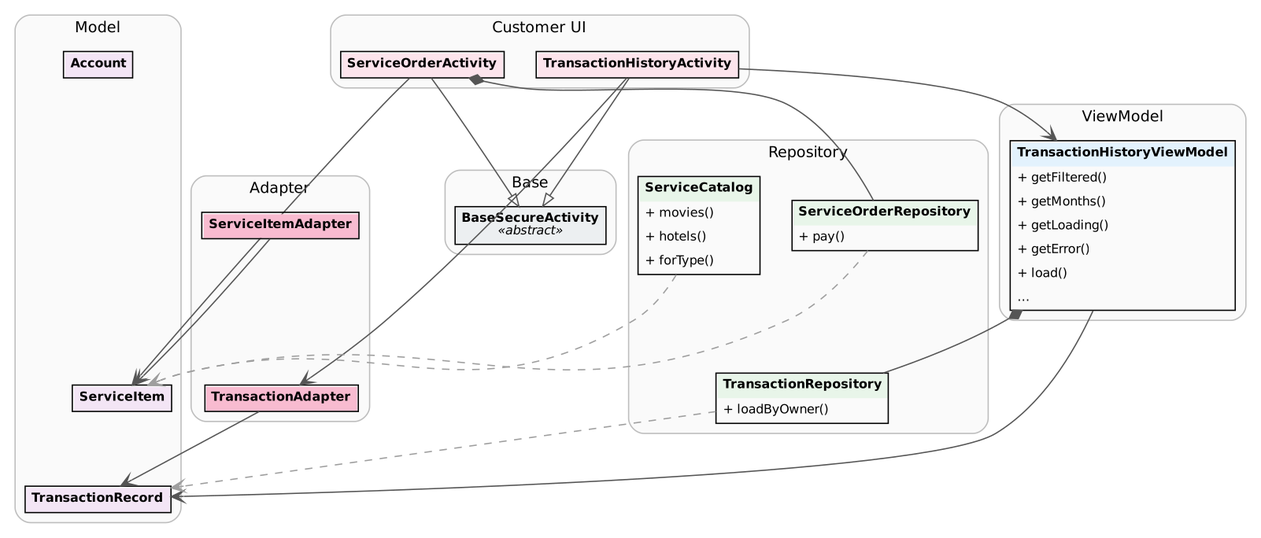
The Graphviz diagram docs/diagrams/class_customer.png in nguyenvantai-imfine/final_mobile, before a commit. Its source is kept beside it as docs/diagrams/class_customer.dot. Source of this version:
```dot
digraph G { rankdir=TB; compound=true; newrank=true; fontname="DejaVu Sans"; nodesep=0.35; ranksep=0.7; splines=true;
node [shape=plain fontname="DejaVu Sans" fontsize=10]; edge [fontname="DejaVu Sans" fontsize=9 color="#555555"];
subgraph "cluster_Base" { label="Base"; style="rounded,filled"; fillcolor="#FAFAFA"; color="#BDBDBD"; fontsize=12;
"BaseSecureActivity" [label=<<TABLE BORDER="1" CELLBORDER="0" CELLSPACING="0" CELLPADDING="4"><TR><TD BGCOLOR="#ECEFF1"><B>BaseSecureActivity</B><BR/><I>«abstract»</I></TD></TR></TABLE>>];
}
subgraph "cluster_Customer UI" { label="Customer UI"; style="rounded,filled"; fillcolor="#FAFAFA"; color="#BDBDBD"; fontsize=12;
"TransactionHistoryActivity" [label=<<TABLE BORDER="1" CELLBORDER="0" CELLSPACING="0" CELLPADDING="4"><TR><TD BGCOLOR="#FCE4EC"><B>TransactionHistoryActivity</B></TD></TR></TABLE>>];
"ServiceOrderActivity" [label=<<TABLE BORDER="1" CELLBORDER="0" CELLSPACING="0" CELLPADDING="4"><TR><TD BGCOLOR="#FCE4EC"><B>ServiceOrderActivity</B></TD></TR></TABLE>>];
}
subgraph "cluster_Adapter" { label="Adapter"; style="rounded,filled"; fillcolor="#FAFAFA"; color="#BDBDBD"; fontsize=12;
"TransactionAdapter" [label=<<TABLE BORDER="1" CELLBORDER="0" CELLSPACING="0" CELLPADDING="4"><TR><TD BGCOLOR="#F8BBD0"><B>TransactionAdapter</B></TD></TR></TABLE>>];
"ServiceItemAdapter" [label=<<TABLE BORDER="1" CELLBORDER="0" CELLSPACING="0" CELLPADDING="4"><TR><TD BGCOLOR="#F8BBD0"><B>ServiceItemAdapter</B></TD></TR></TABLE>>];
}
subgraph "cluster_ViewModel" { label="ViewModel"; style="rounded,filled"; fillcolor="#FAFAFA"; color="#BDBDBD"; fontsize=12;
"TransactionHistoryViewModel" [label=<<TABLE BORDER="1" CELLBORDER="0" CELLSPACING="0" CELLPADDING="4"><TR><TD BGCOLOR="#E3F2FD"><B>TransactionHistoryViewModel</B></TD></TR><TR><TD ALIGN="LEFT" BORDER="0">+ getFiltered()</TD></TR><TR><TD ALIGN="LEFT" BORDER="0">+ getMonths()</TD></TR><TR><TD ALIGN="LEFT" BORDER="0">+ getLoading()</TD></TR><TR><TD ALIGN="LEFT" BORDER="0">+ getError()</TD></TR><TR><TD ALIGN="LEFT" BORDER="0">+ load()</TD></TR><TR><TD ALIGN="LEFT" BORDER="0">…</TD></TR></TABLE>>];
}
subgraph "cluster_Repository" { label="Repository"; style="rounded,filled"; fillcolor="#FAFAFA"; color="#BDBDBD"; fontsize=12;
"TransactionRepository" [label=<<TABLE BORDER="1" CELLBORDER="0" CELLSPACING="0" CELLPADDING="4"><TR><TD BGCOLOR="#E8F5E9"><B>TransactionRepository</B></TD></TR><TR><TD ALIGN="LEFT" BORDER="0">+ loadByOwner()</TD></TR></TABLE>>];
"ServiceOrderRepository" [label=<<TABLE BORDER="1" CELLBORDER="0" CELLSPACING="0" CELLPADDING="4"><TR><TD BGCOLOR="#E8F5E9"><B>ServiceOrderRepository</B></TD></TR><TR><TD ALIGN="LEFT" BORDER="0">+ pay()</TD></TR></TABLE>>];
"ServiceCatalog" [label=<<TABLE BORDER="1" CELLBORDER="0" CELLSPACING="0" CELLPADDING="4"><TR><TD BGCOLOR="#E8F5E9"><B>ServiceCatalog</B></TD></TR><TR><TD ALIGN="LEFT" BORDER="0">+ movies()</TD></TR><TR><TD ALIGN="LEFT" BORDER="0">+ hotels()</TD></TR><TR><TD ALIGN="LEFT" BORDER="0">+ forType()</TD></TR></TABLE>>];
}
subgraph "cluster_Model" { label="Model"; style="rounded,filled"; fillcolor="#FAFAFA"; color="#BDBDBD"; fontsize=12;
"TransactionRecord" [label=<<TABLE BORDER="1" CELLBORDER="0" CELLSPACING="0" CELLPADDING="4"><TR><TD BGCOLOR="#F3E5F5"><B>TransactionRecord</B></TD></TR></TABLE>>];
"ServiceItem" [label=<<TABLE BORDER="1" CELLBORDER="0" CELLSPACING="0" CELLPADDING="4"><TR><TD BGCOLOR="#F3E5F5"><B>ServiceItem</B></TD></TR></TABLE>>];
"Account" [label=<<TABLE BORDER="1" CELLBORDER="0" CELLSPACING="0" CELLPADDING="4"><TR><TD BGCOLOR="#F3E5F5"><B>Account</B></TD></TR></TABLE>>];
}
"ServiceCatalog" -> "ServiceItem" [arrowhead=vee style=dashed color="#9E9E9E"];
"ServiceOrderRepository" -> "ServiceItem" [arrowhead=vee style=dashed color="#9E9E9E"];
"TransactionRepository" -> "TransactionRecord" [arrowhead=vee style=dashed color="#9E9E9E"];
"ServiceOrderActivity" -> "BaseSecureActivity" [arrowhead=empty];
"ServiceOrderActivity" -> "ServiceOrderRepository" [arrowhead=none arrowtail=diamond dir=back];
"ServiceOrderActivity" -> "ServiceItem" [arrowhead=vee];
"TransactionHistoryActivity" -> "BaseSecureActivity" [arrowhead=empty];
"TransactionHistoryActivity" -> "TransactionHistoryViewModel" [arrowhead=vee];
"TransactionHistoryActivity" -> "TransactionAdapter" [arrowhead=vee];
"ServiceItemAdapter" -> "ServiceItem" [arrowhead=vee];
"TransactionAdapter" -> "TransactionRecord" [arrowhead=vee];
"TransactionHistoryViewModel" -> "TransactionRepository" [arrowhead=none arrowtail=diamond dir=back];
"TransactionHistoryViewModel" -> "TransactionRecord" [arrowhead=vee];
}
```
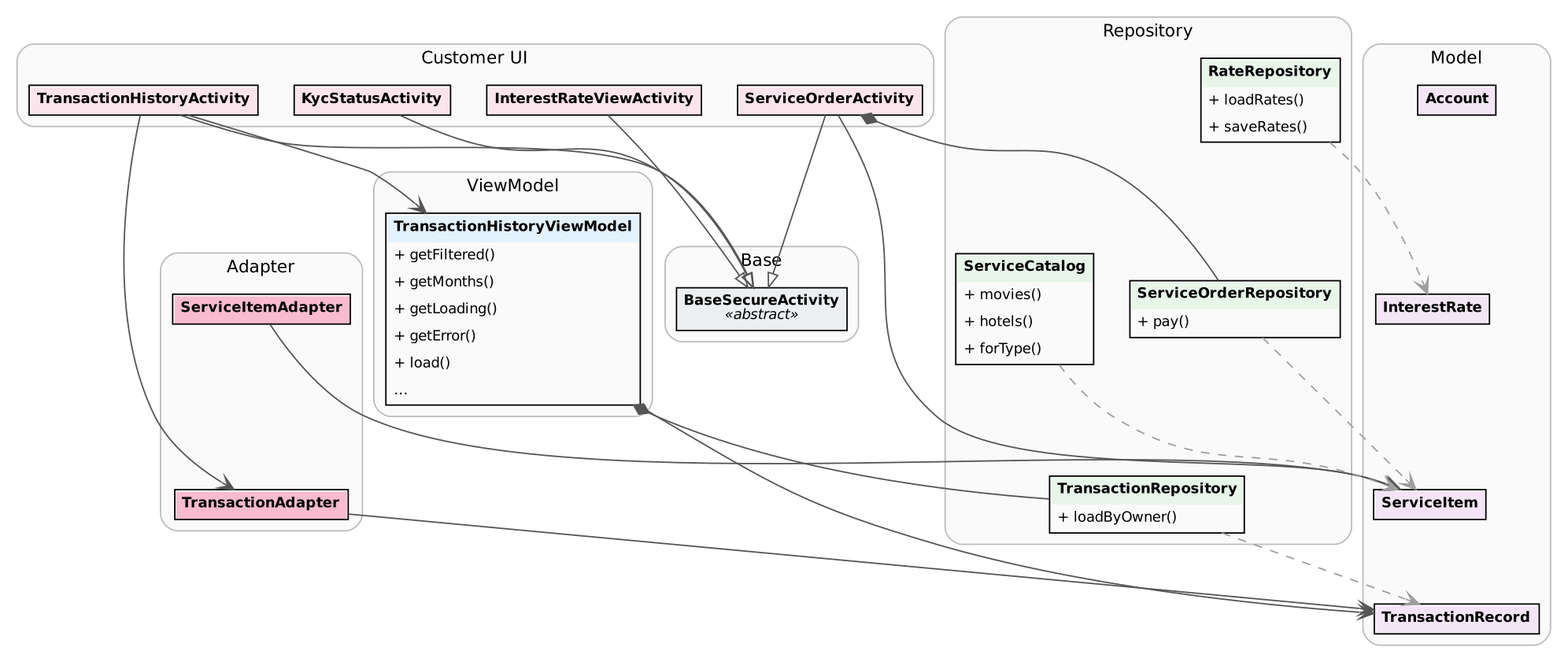
After the change.

Change to the diagram source:
```diff
@@ -6,6 +6,8 @@
 subgraph "cluster_Customer UI" { label="Customer UI"; style="rounded,filled"; fillcolor="#FAFAFA"; color="#BDBDBD"; fontsize=12;
 "TransactionHistoryActivity" [label=<<TABLE BORDER="1" CELLBORDER="0" CELLSPACING="0" CELLPADDING="4"><TR><TD BGCOLOR="#FCE4EC"><B>TransactionHistoryActivity</B></TD></TR></TABLE>>];
 "ServiceOrderActivity" [label=<<TABLE BORDER="1" CELLBORDER="0" CELLSPACING="0" CELLPADDING="4"><TR><TD BGCOLOR="#FCE4EC"><B>ServiceOrderActivity</B></TD></TR></TABLE>>];
+"InterestRateViewActivity" [label=<<TABLE BORDER="1" CELLBORDER="0" CELLSPACING="0" CELLPADDING="4"><TR><TD BGCOLOR="#FCE4EC"><B>InterestRateViewActivity</B></TD></TR></TABLE>>];
+"KycStatusActivity" [label=<<TABLE BORDER="1" CELLBORDER="0" CELLSPACING="0" CELLPADDING="4"><TR><TD BGCOLOR="#FCE4EC"><B>KycStatusActivity</B></TD></TR></TABLE>>];
 }
 subgraph "cluster_Adapter" { label="Adapter"; style="rounded,filled"; fillcolor="#FAFAFA"; color="#BDBDBD"; fontsize=12;
 "TransactionAdapter" [label=<<TABLE BORDER="1" CELLBORDER="0" CELLSPACING="0" CELLPADDING="4"><TR><TD BGCOLOR="#F8BBD0"><B>TransactionAdapter</B></TD></TR></TABLE>>];
@@ -15,18 +17,23 @@
 "TransactionHistoryViewModel" [label=<<TABLE BORDER="1" CELLBORDER="0" CELLSPACING="0" CELLPADDING="4"><TR><TD BGCOLOR="#E3F2FD"><B>TransactionHistoryViewModel</B></TD></TR><TR><TD ALIGN="LEFT" BORDER="0">+ getFiltered()</TD></TR><TR><TD ALIGN="LEFT" BORDER="0">+ getMonths()</TD></TR><TR><TD ALIGN="LEFT" BORDER="0">+ getLoading()</TD></TR><TR><TD ALIGN="LEFT" BORDER="0">+ getError()</TD></TR><TR><TD ALIGN="LEFT" BORDER="0">+ load()</TD></TR><TR><TD ALIGN="LEFT" BORDER="0">…</TD></TR></TABLE>>];
 }
 subgraph "cluster_Repository" { label="Repository"; style="rounded,filled"; fillcolor="#FAFAFA"; color="#BDBDBD"; fontsize=12;
+"RateRepository" [label=<<TABLE BORDER="1" CELLBORDER="0" CELLSPACING="0" CELLPADDING="4"><TR><TD BGCOLOR="#E8F5E9"><B>RateRepository</B></TD></TR><TR><TD ALIGN="LEFT" BORDER="0">+ loadRates()</TD></TR><TR><TD ALIGN="LEFT" BORDER="0">+ saveRates()</TD></TR></TABLE>>];
 "TransactionRepository" [label=<<TABLE BORDER="1" CELLBORDER="0" CELLSPACING="0" CELLPADDING="4"><TR><TD BGCOLOR="#E8F5E9"><B>TransactionRepository</B></TD></TR><TR><TD ALIGN="LEFT" BORDER="0">+ loadByOwner()</TD></TR></TABLE>>];
 "ServiceOrderRepository" [label=<<TABLE BORDER="1" CELLBORDER="0" CELLSPACING="0" CELLPADDING="4"><TR><TD BGCOLOR="#E8F5E9"><B>ServiceOrderRepository</B></TD></TR><TR><TD ALIGN="LEFT" BORDER="0">+ pay()</TD></TR></TABLE>>];
 "ServiceCatalog" [label=<<TABLE BORDER="1" CELLBORDER="0" CELLSPACING="0" CELLPADDING="4"><TR><TD BGCOLOR="#E8F5E9"><B>ServiceCatalog</B></TD></TR><TR><TD ALIGN="LEFT" BORDER="0">+ movies()</TD></TR><TR><TD ALIGN="LEFT" BORDER="0">+ hotels()</TD></TR><TR><TD ALIGN="LEFT" BORDER="0">+ forType()</TD></TR></TABLE>>];
 }
 subgraph "cluster_Model" { label="Model"; style="rounded,filled"; fillcolor="#FAFAFA"; color="#BDBDBD"; fontsize=12;
+"InterestRate" [label=<<TABLE BORDER="1" CELLBORDER="0" CELLSPACING="0" CELLPADDING="4"><TR><TD BGCOLOR="#F3E5F5"><B>InterestRate</B></TD></TR></TABLE>>];
 "TransactionRecord" [label=<<TABLE BORDER="1" CELLBORDER="0" CELLSPACING="0" CELLPADDING="4"><TR><TD BGCOLOR="#F3E5F5"><B>TransactionRecord</B></TD></TR></TABLE>>];
 "ServiceItem" [label=<<TABLE BORDER="1" CELLBORDER="0" CELLSPACING="0" CELLPADDING="4"><TR><TD BGCOLOR="#F3E5F5"><B>ServiceItem</B></TD></TR></TABLE>>];
 "Account" [label=<<TABLE BORDER="1" CELLBORDER="0" CELLSPACING="0" CELLPADDING="4"><TR><TD BGCOLOR="#F3E5F5"><B>Account</B></TD></TR></TABLE>>];
 }
+"RateRepository" -> "InterestRate" [arrowhead=vee style=dashed color="#9E9E9E"];
 "ServiceCatalog" -> "ServiceItem" [arrowhead=vee style=dashed color="#9E9E9E"];
 "ServiceOrderRepository" -> "ServiceItem" [arrowhead=vee style=dashed color="#9E9E9E"];
 "TransactionRepository" -> "TransactionRecord" [arrowhead=vee style=dashed color="#9E9E9E"];
+"InterestRateViewActivity" -> "BaseSecureActivity" [arrowhead=empty];
+"KycStatusActivity" -> "BaseSecureActivity" [arrowhead=empty];
 "ServiceOrderActivity" -> "BaseSecureActivity" [arrowhead=empty];
 "ServiceOrderActivity" -> "ServiceOrderRepository" [arrowhead=none arrowtail=diamond dir=back];
 "ServiceOrderActivity" -> "ServiceItem" [arrowhead=vee];
```
